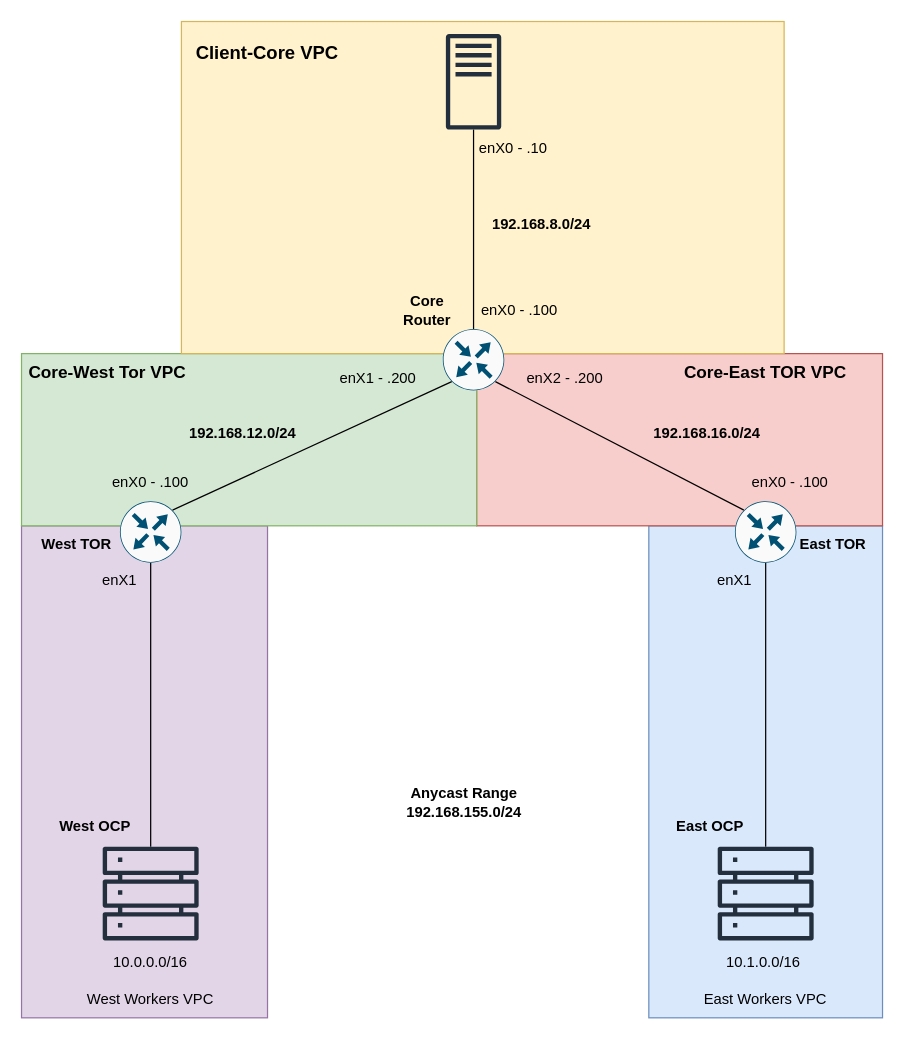
Above: docs/network.drawio in validatedpatterns-sandbox/ingress-mesh-bgp (draw.io), before the change. Source tidied: cells renumbered, new cells numbered last; positions are measured from the earlier drawing's top-left corner, leaving out a move shared by most shapes. Both pictures are drawn from the tidied source at 123%, with x=0, y=0 at pixel (21, 21).
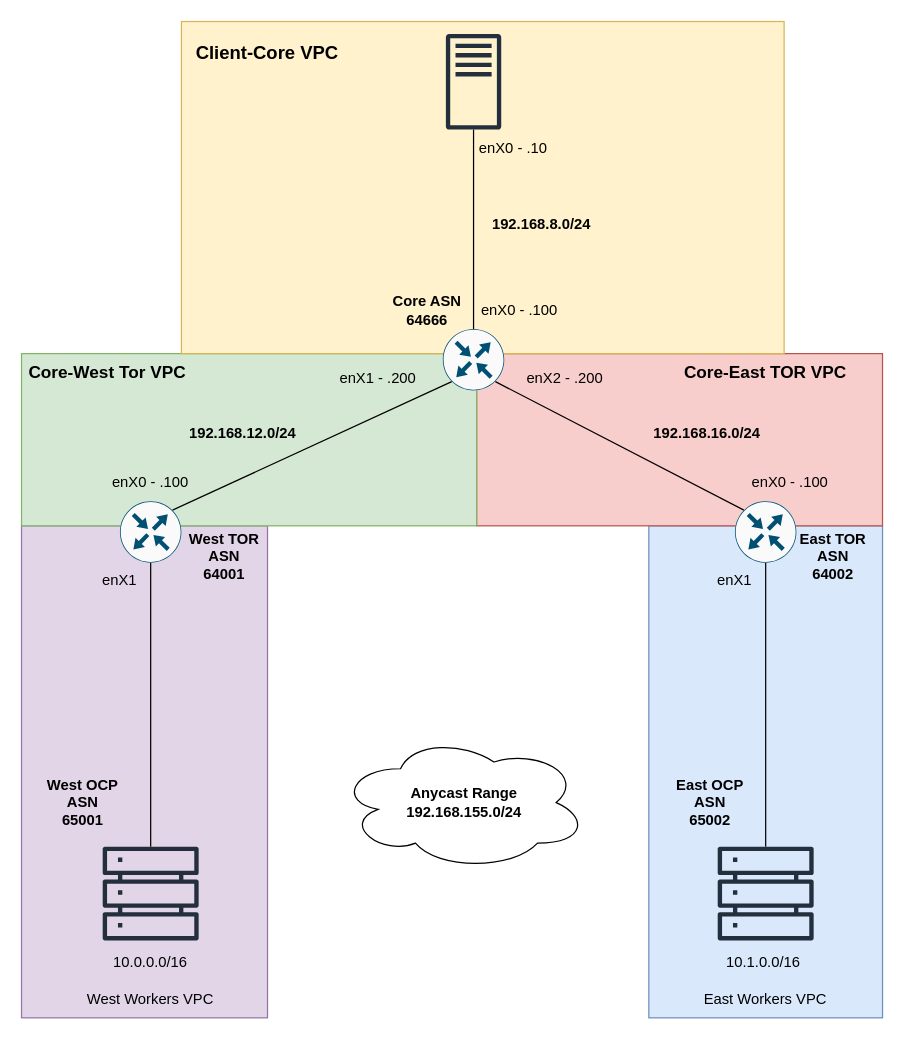
The same page after the edit.

Commit message (it also covers changes not shown here):
Start working on the frr setup

Change to the diagram source:
```diff
@@
+    <mxCell id="42" style="ellipse;shape=cloud;whiteSpace=wrap;html=1;" parent="1" vertex="1">
+      <mxGeometry x="257.5" y="580" width="202.5" height="110" as="geometry" />
+    </mxCell>
@@
-    <mxCell id="16" value="Core Router" style="text;html=1;whiteSpace=wrap;strokeColor=none;fillColor=none;align=center;verticalAlign=middle;rounded=0;fontStyle=1;" parent="1" vertex="1">
+    <mxCell id="16" value="Core ASN 64666" style="text;html=1;whiteSpace=wrap;strokeColor=none;fillColor=none;align=center;verticalAlign=middle;rounded=0;fontStyle=1;" parent="1" vertex="1">
       <mxGeometry x="300" y="220" width="60" height="30" as="geometry" />
     </mxCell>
@@
-    <mxCell id="23" value="West TOR" style="text;html=1;whiteSpace=wrap;strokeColor=none;fillColor=none;align=center;verticalAlign=middle;rounded=0;fontStyle=1;" parent="1" vertex="1">
-      <mxGeometry x="10" y="410" width="70" height="30" as="geometry" />
+    <mxCell id="23" value="&lt;div&gt;West TOR&lt;/div&gt;&lt;div&gt;ASN&lt;/div&gt;&lt;div&gt;64001&lt;/div&gt;" style="text;html=1;whiteSpace=wrap;strokeColor=none;fillColor=none;align=center;verticalAlign=middle;rounded=0;fontStyle=1;" parent="1" vertex="1">
+      <mxGeometry x="130" y="420" width="70" height="30" as="geometry" />
     </mxCell>
-    <mxCell id="24" value="East TOR" style="text;html=1;whiteSpace=wrap;strokeColor=none;fillColor=none;align=center;verticalAlign=middle;rounded=0;fontStyle=1;" parent="1" vertex="1">
-      <mxGeometry x="630" y="410" width="60" height="30" as="geometry" />
+    <mxCell id="24" value="&lt;div&gt;East TOR&lt;/div&gt;&lt;div&gt;ASN 64002&lt;/div&gt;" style="text;html=1;whiteSpace=wrap;strokeColor=none;fillColor=none;align=center;verticalAlign=middle;rounded=0;fontStyle=1;" parent="1" vertex="1">
+      <mxGeometry x="630" y="420" width="60" height="30" as="geometry" />
     </mxCell>
@@
-    <mxCell id="27" value="West OCP" style="text;html=1;whiteSpace=wrap;strokeColor=none;fillColor=none;align=center;verticalAlign=middle;rounded=0;fontStyle=1;" parent="1" vertex="1">
-      <mxGeometry x="30" y="640" width="60" height="30" as="geometry" />
+    <mxCell id="27" value="&lt;div&gt;West OCP&lt;/div&gt;&lt;div&gt;ASN 65001&lt;/div&gt;" style="text;html=1;whiteSpace=wrap;strokeColor=none;fillColor=none;align=center;verticalAlign=middle;rounded=0;fontStyle=1;" parent="1" vertex="1">
+      <mxGeometry x="20" y="610" width="60" height="50" as="geometry" />
     </mxCell>
-    <mxCell id="28" value="East OCP" style="text;html=1;whiteSpace=wrap;strokeColor=none;fillColor=none;align=center;verticalAlign=middle;rounded=0;fontStyle=1;" parent="1" vertex="1">
-      <mxGeometry x="530" y="640" width="60" height="30" as="geometry" />
+    <mxCell id="28" value="&lt;div&gt;East OCP&lt;/div&gt;&lt;div&gt;ASN 65002&lt;/div&gt;" style="text;html=1;whiteSpace=wrap;strokeColor=none;fillColor=none;align=center;verticalAlign=middle;rounded=0;fontStyle=1;" parent="1" vertex="1">
+      <mxGeometry x="530" y="620" width="60" height="30" as="geometry" />
     </mxCell>
```
